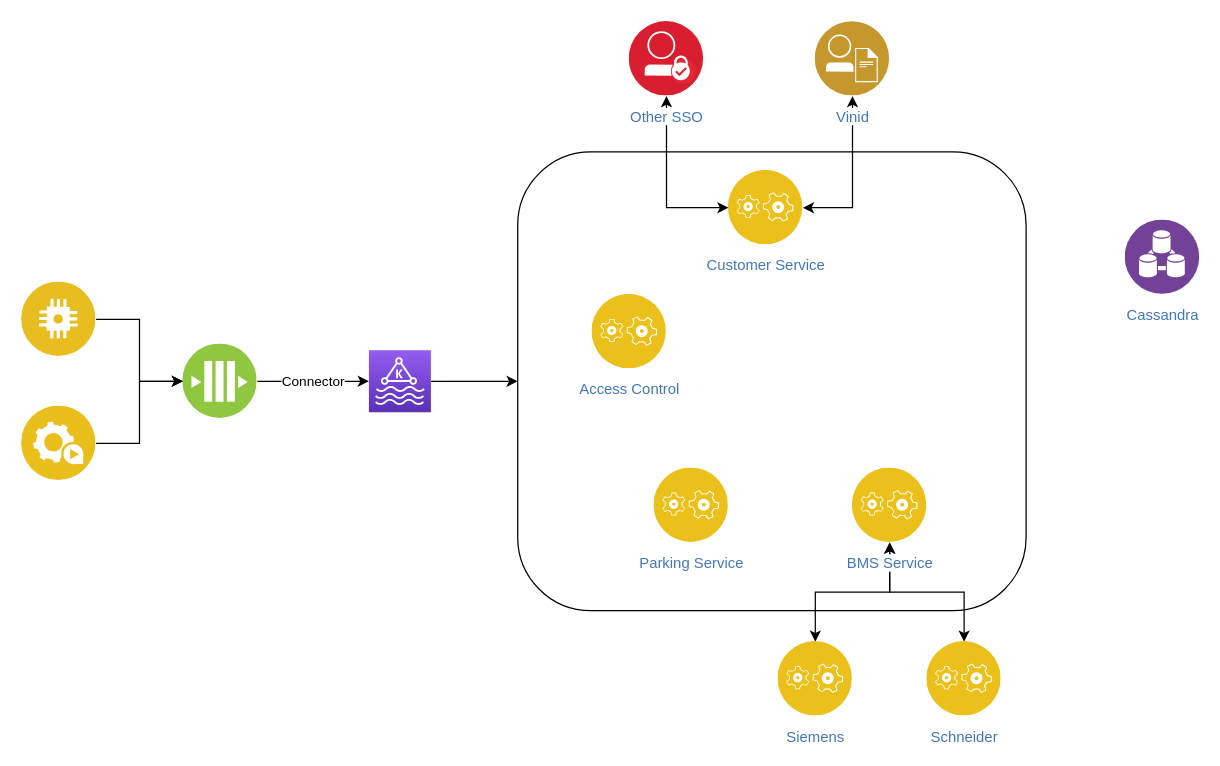
anhgv252/learn keeps this draw.io diagram as Untitled Diagram.drawio. Above is the earlier version. Source tidied: cells renumbered, new cells numbered last; positions are measured from the earlier drawing's top-left corner, leaving out a move shared by most shapes. Both pictures are drawn from the tidied source at 124%, with x=0, y=0 at pixel (21, 21).
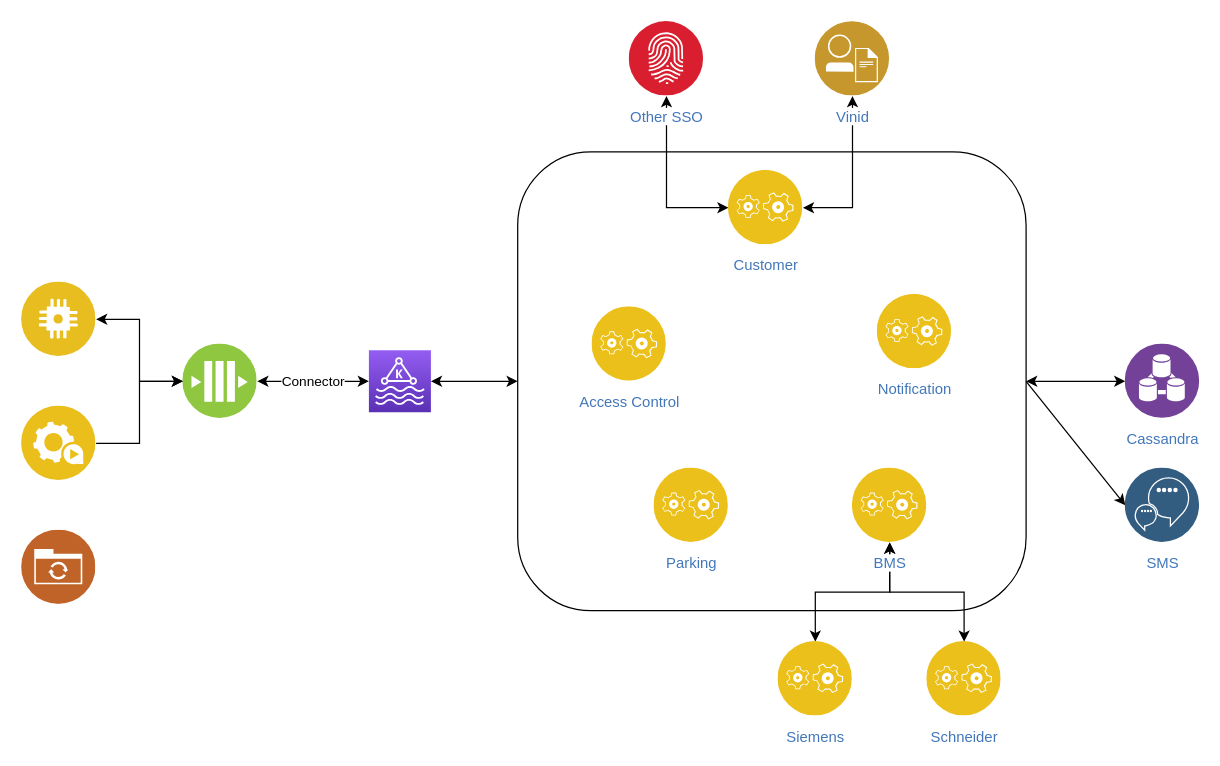
The same diagram, later.

Unchanged cells that the change refers to:
```xml
<mxCell id="2" style="rounded=1;whiteSpace=wrap;html=1;arcSize=16;" parent="1" vertex="1">
  <mxGeometry x="400" y="105" width="410" height="370" as="geometry" />
</mxCell>
<mxCell id="4" style="perimeter=ellipsePerimeter;html=1;align=center;shadow=0;dashed=0;fontColor=#4277BB;labelBackgroundColor=#ffffff;fontSize=12;spacingTop=3;image;image=img/lib/ibm/blockchain/message_bus.svg;" parent="1" vertex="1">
  <mxGeometry x="130" y="260" width="60" height="60" as="geometry" />
</mxCell>
<mxCell id="6" style="perimeter=ellipsePerimeter;html=1;align=center;shadow=0;dashed=0;fontColor=#4277BB;labelBackgroundColor=#ffffff;fontSize=12;spacingTop=3;image;image=img/lib/ibm/applications/iot_application.svg;" parent="1" vertex="1">
  <mxGeometry y="210" width="60" height="60" as="geometry" />
</mxCell>
<mxCell id="10" style="outlineConnect=0;fontColor=#232F3E;gradientColor=#945DF2;gradientDirection=north;fillColor=#5A30B5;strokeColor=#ffffff;dashed=0;verticalLabelPosition=bottom;verticalAlign=top;align=center;html=1;fontSize=12;fontStyle=0;shape=mxgraph.aws4.resourceIcon;resIcon=mxgraph.aws4.managed_streaming_for_kafka;" parent="1" vertex="1">
  <mxGeometry x="280" y="265" width="50" height="50" as="geometry" />
</mxCell>
```

What changed in the source:
```diff
@@
+    <mxCell id="24" style="edgeStyle=orthogonalEdgeStyle;rounded=0;jettySize=auto;html=1;startArrow=classic;startFill=1;" parent="1" edge="1" source="2" target="23">
+      <mxGeometry relative="1" as="geometry" />
+    </mxCell>
+    <mxCell id="25" style="rounded=0;jettySize=auto;html=1;entryX=0;entryY=0.5;entryDx=0;entryDy=0;startArrow=none;startFill=0;exitX=1;exitY=0.5;exitDx=0;exitDy=0;" parent="1" edge="1" source="2" target="27">
+      <mxGeometry relative="1" as="geometry" />
+    </mxCell>
@@
-    <mxCell id="3" value="Connector" style="edgeStyle=orthogonalEdgeStyle;rounded=0;jettySize=auto;html=1;" parent="1" edge="1" source="4" target="10">
+    <mxCell id="3" value="Connector" style="edgeStyle=orthogonalEdgeStyle;rounded=0;jettySize=auto;html=1;startArrow=classic;startFill=1;" parent="1" edge="1" source="4" target="10">
       <mxGeometry relative="1" as="geometry" />
     </mxCell>
@@
-    <mxCell id="5" style="edgeStyle=orthogonalEdgeStyle;rounded=0;jettySize=auto;html=1;" parent="1" edge="1" source="6" target="4">
+    <mxCell id="5" style="edgeStyle=orthogonalEdgeStyle;rounded=0;jettySize=auto;html=1;startArrow=classic;startFill=1;" parent="1" edge="1" source="6" target="4">
       <mxGeometry relative="1" as="geometry" />
     </mxCell>
@@
-    <mxCell id="9" style="edgeStyle=orthogonalEdgeStyle;rounded=0;jettySize=auto;html=1;" parent="1" edge="1" source="10" target="2">
+    <mxCell id="9" style="edgeStyle=orthogonalEdgeStyle;rounded=0;jettySize=auto;html=1;startArrow=classic;startFill=1;" parent="1" edge="1" source="10" target="2">
       <mxGeometry relative="1" as="geometry" />
     </mxCell>
@@
-    <mxCell id="13" value="Customer Service" style="perimeter=ellipsePerimeter;html=1;align=center;shadow=0;dashed=0;fontColor=#4277BB;labelBackgroundColor=#ffffff;fontSize=12;spacingTop=3;image;image=img/lib/ibm/applications/application_logic.svg;" parent="1" vertex="1">
+    <mxCell id="13" value="Customer" style="perimeter=ellipsePerimeter;html=1;align=center;shadow=0;dashed=0;fontColor=#4277BB;labelBackgroundColor=#ffffff;fontSize=12;spacingTop=3;image;image=img/lib/ibm/applications/application_logic.svg;" parent="1" vertex="1">
       <mxGeometry x="570" y="120" width="60" height="60" as="geometry" />
     </mxCell>
-    <mxCell id="14" value="Parking Service" style="perimeter=ellipsePerimeter;html=1;align=center;shadow=0;dashed=0;fontColor=#4277BB;labelBackgroundColor=#ffffff;fontSize=12;spacingTop=3;image;image=img/lib/ibm/applications/application_logic.svg;" parent="1" vertex="1">
+    <mxCell id="14" value="Parking" style="perimeter=ellipsePerimeter;html=1;align=center;shadow=0;dashed=0;fontColor=#4277BB;labelBackgroundColor=#ffffff;fontSize=12;spacingTop=3;image;image=img/lib/ibm/applications/application_logic.svg;" parent="1" vertex="1">
       <mxGeometry x="510" y="360" width="60" height="60" as="geometry" />
     </mxCell>
@@
-    <mxCell id="16" value="Other SSO" style="perimeter=ellipsePerimeter;html=1;align=center;shadow=0;dashed=0;fontColor=#4277BB;labelBackgroundColor=#ffffff;fontSize=12;spacingTop=3;image;image=img/lib/ibm/blockchain/membership.svg;" parent="1" vertex="1">
-      <mxGeometry x="490" width="60" height="60" as="geometry" />
-    </mxCell>
     <mxCell id="17" value="Access Control" style="perimeter=ellipsePerimeter;html=1;align=center;shadow=0;dashed=0;fontColor=#4277BB;labelBackgroundColor=#ffffff;fontSize=12;spacingTop=3;image;image=img/lib/ibm/applications/application_logic.svg;" parent="1" vertex="1">
-      <mxGeometry x="460" y="220" width="60" height="60" as="geometry" />
+      <mxGeometry x="460" y="230" width="60" height="60" as="geometry" />
     </mxCell>
@@
-    <mxCell id="20" value="BMS Service" style="perimeter=ellipsePerimeter;html=1;align=center;shadow=0;dashed=0;fontColor=#4277BB;labelBackgroundColor=#ffffff;fontSize=12;spacingTop=3;image;image=img/lib/ibm/applications/application_logic.svg;" parent="1" vertex="1">
+    <mxCell id="20" value="BMS" style="perimeter=ellipsePerimeter;html=1;align=center;shadow=0;dashed=0;fontColor=#4277BB;labelBackgroundColor=#ffffff;fontSize=12;spacingTop=3;image;image=img/lib/ibm/applications/application_logic.svg;" parent="1" vertex="1">
       <mxGeometry x="670" y="360" width="60" height="60" as="geometry" />
     </mxCell>
@@
     <mxCell id="23" value="Cassandra" style="perimeter=ellipsePerimeter;html=1;align=center;shadow=0;dashed=0;fontColor=#4277BB;labelBackgroundColor=#ffffff;fontSize=12;spacingTop=3;image;image=img/lib/ibm/analytics/data_integration.svg;" parent="1" vertex="1">
-      <mxGeometry x="890" y="160" width="60" height="60" as="geometry" />
+      <mxGeometry x="890" y="260" width="60" height="60" as="geometry" />
     </mxCell>
+    <mxCell id="26" value="Notification" style="perimeter=ellipsePerimeter;html=1;align=center;shadow=0;dashed=0;fontColor=#4277BB;labelBackgroundColor=#ffffff;fontSize=12;spacingTop=3;image;image=img/lib/ibm/applications/application_logic.svg;" parent="1" vertex="1">
+      <mxGeometry x="690" y="220" width="60" height="60" as="geometry" />
+    </mxCell>
+    <mxCell id="16" value="Other SSO" style="perimeter=ellipsePerimeter;html=1;align=center;shadow=0;dashed=0;fontColor=#4277BB;labelBackgroundColor=#ffffff;fontSize=12;spacingTop=3;image;image=img/lib/ibm/blockchain/identity_access_manager.svg;" parent="1" vertex="1">
+      <mxGeometry x="490" width="60" height="60" as="geometry" />
+    </mxCell>
+    <mxCell id="27" value="SMS" style="perimeter=ellipsePerimeter;html=1;align=center;shadow=0;dashed=0;fontColor=#4277BB;labelBackgroundColor=#ffffff;fontSize=12;spacingTop=3;image;image=img/lib/ibm/data/conversation_trained_deployed.svg;" parent="1" vertex="1">
+      <mxGeometry x="890" y="360" width="60" height="60" as="geometry" />
+    </mxCell>
+    <mxCell id="28" style="perimeter=ellipsePerimeter;html=1;align=center;shadow=0;dashed=0;fontColor=#4277BB;labelBackgroundColor=#ffffff;fontSize=12;spacingTop=3;image;image=img/lib/ibm/social/file_sync.svg;" parent="1" vertex="1">
+      <mxGeometry y="410" width="60" height="60" as="geometry" />
+    </mxCell>
```
